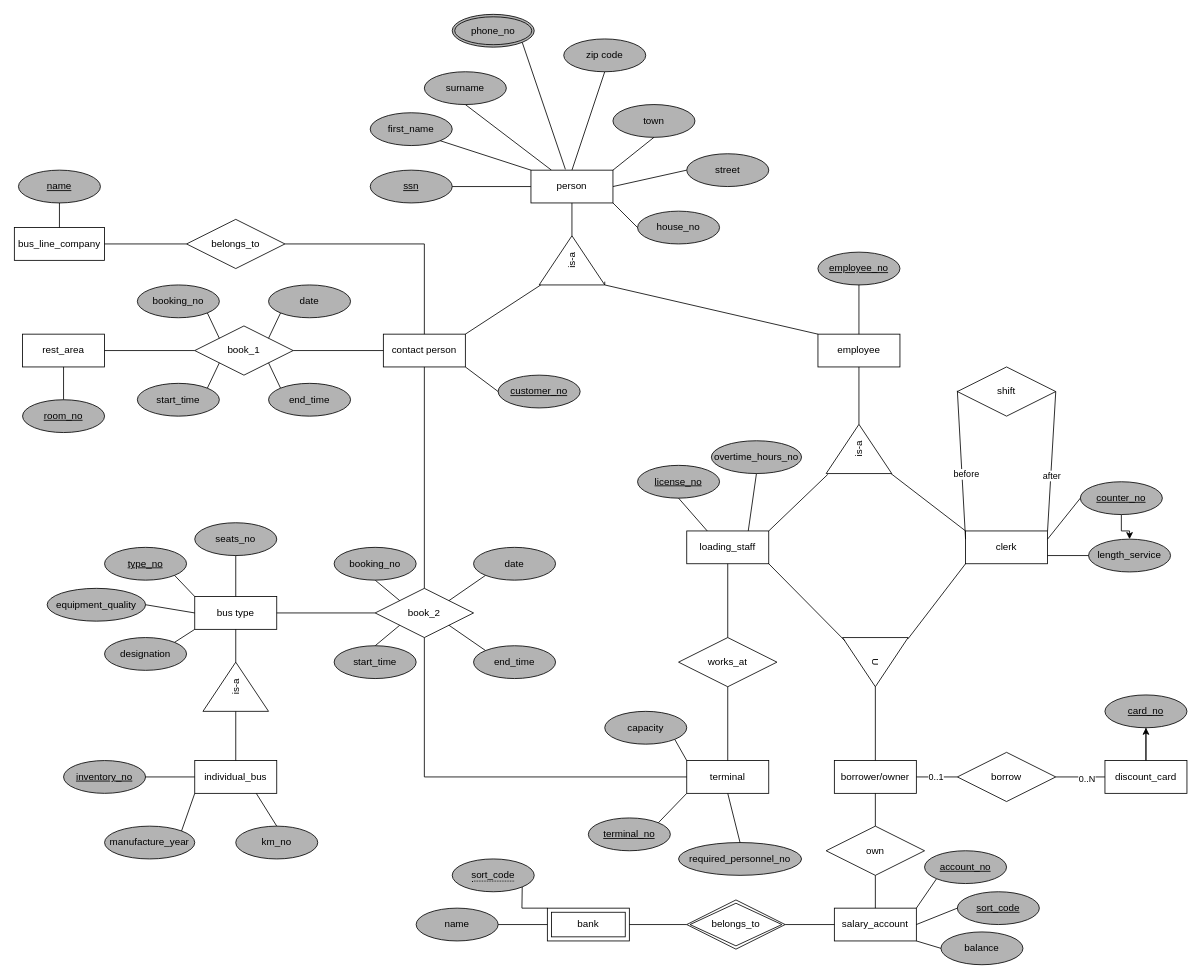
Above: ERM project_group 5.drawio in Martinaeht/DBS-Projektgruppe-5_ERM (draw.io), before the change. Source tidied: cells renumbered, new cells numbered last; positions are measured from the earlier drawing's top-left corner, leaving out a move shared by most shapes. Both pictures are drawn from the tidied source at 82%, with x=0, y=0 at pixel (14, 14).
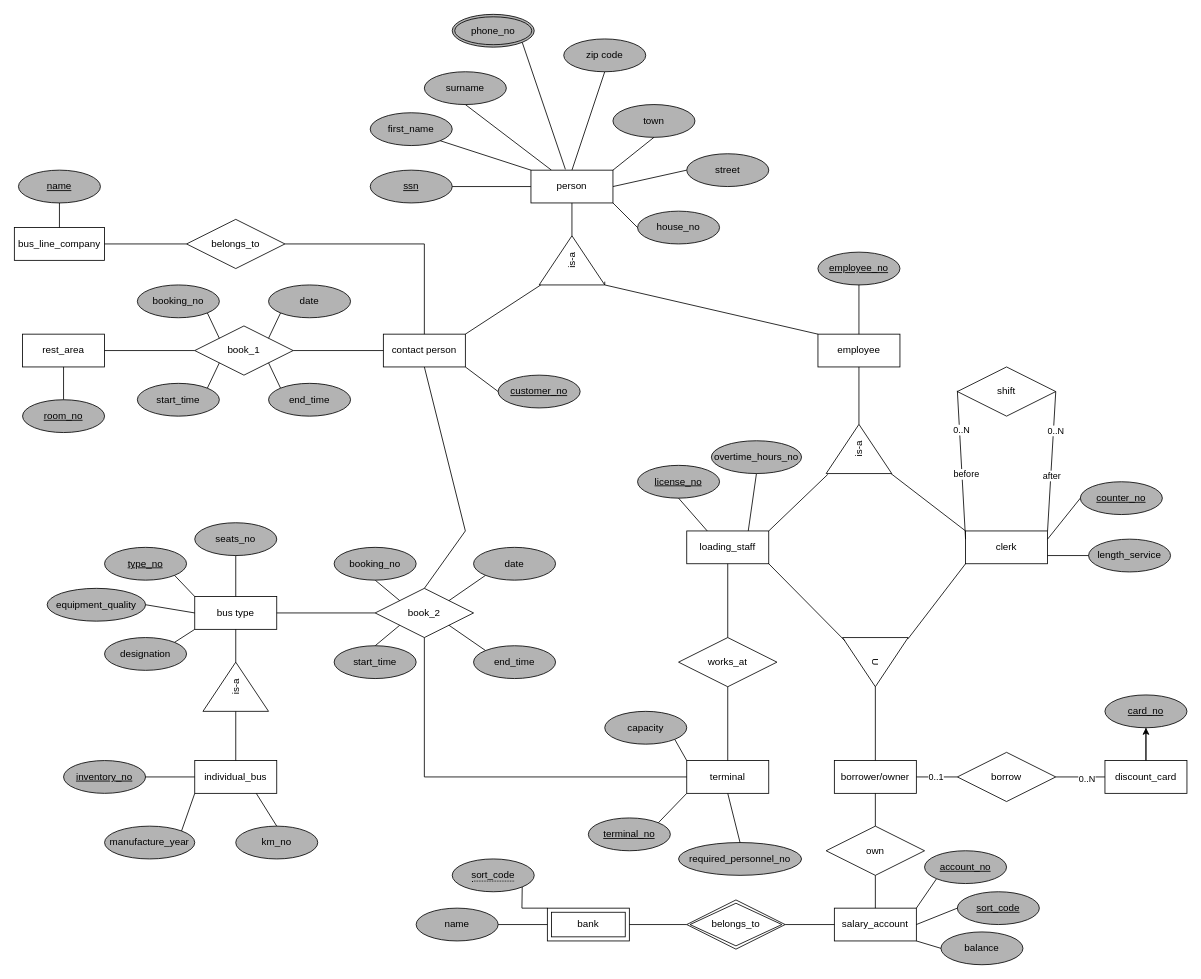
The same page after the edit.

The change refers to these unchanged cells:
```xml
<mxCell id="14" value="contact person" style="whiteSpace=wrap;html=1;align=center;" parent="1" vertex="1">
  <mxGeometry x="450" y="390" width="100" height="40" as="geometry" />
</mxCell>
<mxCell id="26" style="endArrow=none;html=1;rounded=0;exitX=1;exitY=0;exitDx=0;exitDy=0;entryX=1;entryY=0.5;entryDx=0;entryDy=0;" parent="1" edge="1" source="24" target="25">
  <mxGeometry relative="1" as="geometry" />
</mxCell>
<mxCell id="28" style="endArrow=none;html=1;rounded=0;entryX=0;entryY=0.25;entryDx=0;entryDy=0;" parent="1" edge="1" target="24">
  <mxGeometry relative="1" as="geometry">
    <mxPoint x="1150" y="459" as="sourcePoint" />
  </mxGeometry>
</mxCell>
<mxCell id="30" value="length_service" style="ellipse;whiteSpace=wrap;html=1;align=center;fillColor=#B3B3B3;" parent="1" vertex="1">
  <mxGeometry x="1310" y="640" width="100" height="40" as="geometry" />
</mxCell>
<mxCell id="40" value="counter_no" style="ellipse;whiteSpace=wrap;html=1;align=center;fontStyle=4;fillColor=#B3B3B3;" parent="1" vertex="1">
  <mxGeometry x="1300" y="570" width="100" height="40" as="geometry" />
</mxCell>
<mxCell id="55" value="book_2" style="shape=rhombus;perimeter=rhombusPerimeter;whiteSpace=wrap;html=1;align=center;" parent="1" vertex="1">
  <mxGeometry x="440" y="700" width="120" height="60" as="geometry" />
</mxCell>
<mxCell id="62" value="book_1" style="shape=rhombus;perimeter=rhombusPerimeter;whiteSpace=wrap;html=1;align=center;" parent="1" vertex="1">
  <mxGeometry x="220" y="380" width="120" height="60" as="geometry" />
</mxCell>
<mxCell id="64" value="rest_area" style="whiteSpace=wrap;html=1;align=center;" parent="1" vertex="1">
  <mxGeometry x="10" y="390" width="100" height="40" as="geometry" />
</mxCell>
```

What changed in the source:
```diff
@@
+    <mxCell id="144" value="0..N" style="edgeLabel;html=1;align=center;verticalAlign=middle;" parent="26" vertex="1">
+      <mxGeometry x="0.45" y="-2" relative="1" as="geometry" />
+    </mxCell>
@@
+    <mxCell id="145" value="0..N" style="edgeLabel;html=1;align=center;verticalAlign=middle;" parent="28" vertex="1">
+      <mxGeometry x="-0.47" y="2" relative="1" as="geometry" />
+    </mxCell>
@@
-    <mxCell id="39" style="edgeStyle=orthogonalEdgeStyle;rounded=0;jettySize=auto;html=1;" parent="1" edge="1" source="40" target="30">
-      <mxGeometry relative="1" as="geometry" />
-    </mxCell>
@@
     <mxCell id="61" style="endArrow=none;html=1;rounded=0;exitX=0.5;exitY=1;exitDx=0;exitDy=0;entryX=0.5;entryY=0;entryDx=0;entryDy=0;" parent="1" edge="1" source="14" target="55">
-      <mxGeometry relative="1" as="geometry" />
+      <mxGeometry relative="1" as="geometry">
+        <Array as="points">
+          <mxPoint x="550" y="630" />
+        </Array>
+      </mxGeometry>
     </mxCell>
@@
     <mxCell id="65" style="endArrow=none;html=1;rounded=0;exitX=1;exitY=0.5;exitDx=0;exitDy=0;entryX=0;entryY=0.5;entryDx=0;entryDy=0;" parent="1" edge="1" source="64" target="62">
-      <mxGeometry relative="1" as="geometry" />
+      <mxGeometry relative="1" as="geometry">
+        <Array as="points">
+          <mxPoint x="110" y="410" />
+        </Array>
+      </mxGeometry>
     </mxCell>
```
